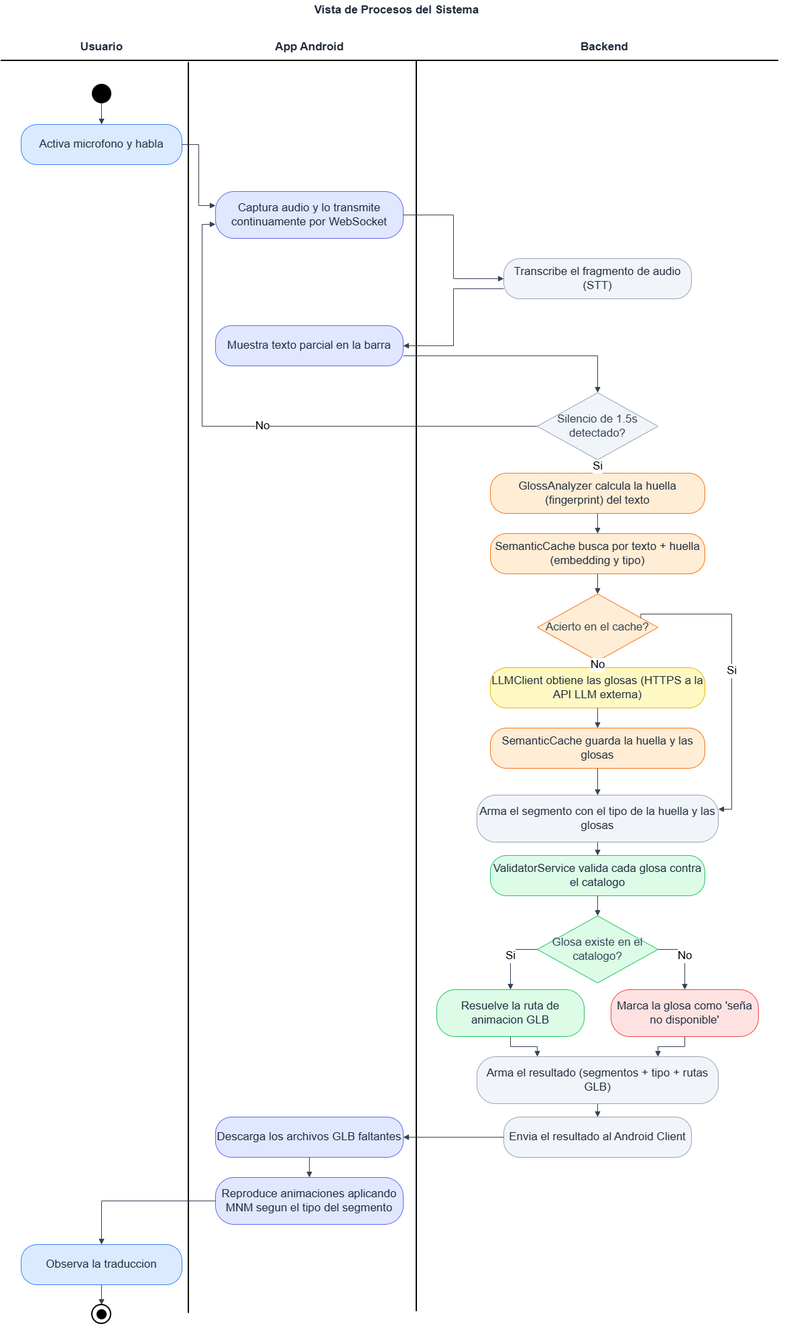
sign-ai-organization/signall-backend keeps this draw.io diagram as docs/diagrams/sdd-6.3-vista-procesos-actividades.drawio.png. Above is the earlier version. Source tidied: cells renumbered, new cells last; positions are measured from the earlier drawing's top-left corner, leaving out a move shared by most shapes.
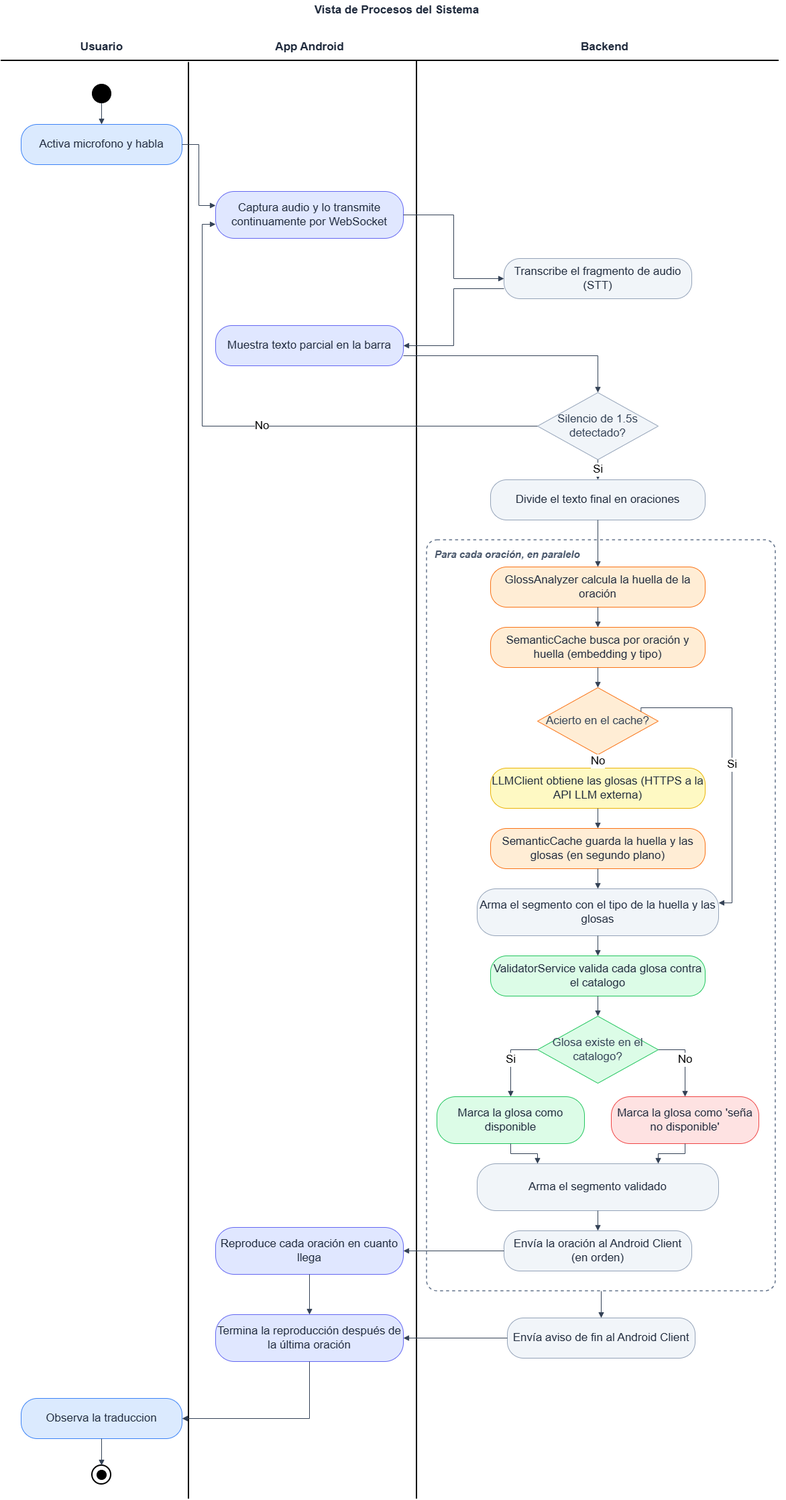
The same file after the commit.

The edit, as a diff of the source:
```diff
@@ -23,15 +23,18 @@
     <mxCell id="7" style="html=1;endArrow=none;startArrow=none;strokeColor=#000000;strokeWidth=2;fontSize=17;" parent="1" edge="1">
       <mxGeometry relative="1" as="geometry">
         <mxPoint x="280" y="92.5" as="sourcePoint" />
-        <mxPoint x="280" y="1957.5" as="targetPoint" />
+        <mxPoint x="280" y="2235" as="targetPoint" />
       </mxGeometry>
     </mxCell>
     <mxCell id="8" style="html=1;endArrow=none;startArrow=none;strokeColor=#000000;strokeWidth=2;fontSize=17;" parent="1" edge="1">
       <mxGeometry relative="1" as="geometry">
         <mxPoint x="620" y="90" as="sourcePoint" />
-        <mxPoint x="620" y="1955" as="targetPoint" />
+        <mxPoint x="620" y="2235" as="targetPoint" />
       </mxGeometry>
     </mxCell>
+    <mxCell id="56" value="Para cada oración, en paralelo" style="rounded=1;arcSize=3;absoluteArcSize=0;whiteSpace=wrap;html=1;fillColor=none;dashed=1;strokeColor=#64748b;strokeWidth=1.5;verticalAlign=top;align=left;spacingLeft=10;spacingTop=6;fontSize=15;fontStyle=3;fontColor=#475569;" parent="1" vertex="1">
+      <mxGeometry x="635" y="805" width="520" height="1120" as="geometry" />
+    </mxCell>
     <mxCell id="9" style="ellipse;whiteSpace=wrap;html=1;fillColor=#000000;strokeColor=#000000;fontSize=17;" parent="1" vertex="1">
       <mxGeometry x="136" y="125" width="28" height="28" as="geometry" />
     </mxCell>
@@ -39,13 +42,13 @@
       <mxGeometry x="30" y="185" width="240" height="60" as="geometry" />
     </mxCell>
     <mxCell id="11" value="Observa la traduccion" style="rounded=1;arcSize=40;whiteSpace=wrap;html=1;fillColor=#dbeafe;strokeColor=#3b82f6;fontSize=17;fontColor=#1e293b;" parent="1" vertex="1">
-      <mxGeometry x="30" y="1855" width="240" height="60" as="geometry" />
+      <mxGeometry x="30" y="2085" width="240" height="60" as="geometry" />
     </mxCell>
     <mxCell id="12" style="ellipse;whiteSpace=wrap;html=1;fillColor=none;strokeColor=#000000;strokeWidth=2;fontSize=17;" parent="1" vertex="1">
-      <mxGeometry x="136" y="1945" width="28" height="28" as="geometry" />
+      <mxGeometry x="136" y="2185" width="28" height="28" as="geometry" />
     </mxCell>
     <mxCell id="13" style="ellipse;whiteSpace=wrap;html=1;fillColor=#000000;strokeColor=#000000;fontSize=17;" parent="1" vertex="1">
-      <mxGeometry x="143" y="1952" width="14" height="14" as="geometry" />
+      <mxGeometry x="143" y="2192" width="14" height="14" as="geometry" />
     </mxCell>
     <mxCell id="14" value="&lt;font&gt;Captura audio y lo transmite continuamente por WebSocket&lt;/font&gt;" style="rounded=1;arcSize=40;whiteSpace=wrap;html=1;fillColor=#e0e7ff;strokeColor=#6366f1;fontSize=17;fontColor=#1e293b;" parent="1" vertex="1">
       <mxGeometry x="320" y="285" width="280" height="70" as="geometry" />
@@ -53,11 +56,8 @@
     <mxCell id="15" value="&lt;font&gt;Muestra texto parcial en la barra&lt;/font&gt;" style="rounded=1;arcSize=40;whiteSpace=wrap;html=1;fillColor=#e0e7ff;strokeColor=#6366f1;fontSize=17;fontColor=#1e293b;" parent="1" vertex="1">
       <mxGeometry x="320" y="485" width="280" height="60" as="geometry" />
     </mxCell>
-    <mxCell id="16" value="Descarga los archivos GLB faltantes" style="rounded=1;arcSize=40;whiteSpace=wrap;html=1;fillColor=#e0e7ff;strokeColor=#6366f1;fontSize=17;fontColor=#1e293b;" parent="1" vertex="1">
-      <mxGeometry x="320" y="1665" width="280" height="60" as="geometry" />
-    </mxCell>
-    <mxCell id="17" value="Reproduce animaciones aplicando MNM segun el tipo del segmento" style="rounded=1;arcSize=40;whiteSpace=wrap;html=1;fillColor=#e0e7ff;strokeColor=#6366f1;fontSize=17;fontColor=#1e293b;" parent="1" vertex="1">
-      <mxGeometry x="320" y="1755" width="280" height="70" as="geometry" />
+    <mxCell id="17" value="Reproduce cada oración en cuanto llega" style="rounded=1;arcSize=40;whiteSpace=wrap;html=1;fillColor=#e0e7ff;strokeColor=#6366f1;fontSize=17;fontColor=#1e293b;" parent="1" vertex="1">
+      <mxGeometry x="320" y="1830" width="280" height="70" as="geometry" />
     </mxCell>
     <mxCell id="18" value="Transcribe el fragmento de audio (STT)" style="rounded=1;arcSize=40;whiteSpace=wrap;html=1;fillColor=#f1f5f9;strokeColor=#94a3b8;fontSize=17;fontColor=#1e293b;" parent="1" vertex="1">
       <mxGeometry x="750" y="385" width="280" height="60" as="geometry" />
@@ -65,41 +65,41 @@
     <mxCell id="19" value="Silencio de 1.5s detectado?" style="rhombus;whiteSpace=wrap;html=1;fillColor=#f1f5f9;strokeColor=#94a3b8;fontSize=17;fontColor=#334155;" parent="1" vertex="1">
       <mxGeometry x="800" y="585" width="180" height="100" as="geometry" />
     </mxCell>
-    <mxCell id="20" value="GlossAnalyzer calcula la huella (fingerprint) del texto" style="rounded=1;arcSize=40;whiteSpace=wrap;html=1;fillColor=#ffedd5;strokeColor=#f97316;fontSize=17;fontColor=#1e293b;" parent="1" vertex="1">
-      <mxGeometry x="730" y="705" width="320" height="60" as="geometry" />
+    <mxCell id="20" value="GlossAnalyzer calcula la huella de la oración" style="rounded=1;arcSize=40;whiteSpace=wrap;html=1;fillColor=#ffedd5;strokeColor=#f97316;fontSize=17;fontColor=#1e293b;" parent="1" vertex="1">
+      <mxGeometry x="730" y="845" width="320" height="60" as="geometry" />
     </mxCell>
-    <mxCell id="21" value="SemanticCache busca por texto + huella (embedding y tipo)" style="rounded=1;arcSize=40;whiteSpace=wrap;html=1;fillColor=#ffedd5;strokeColor=#f97316;fontSize=17;fontColor=#1e293b;" parent="1" vertex="1">
-      <mxGeometry x="730" y="795" width="320" height="60" as="geometry" />
+    <mxCell id="21" value="SemanticCache busca por oración y huella (embedding y tipo)" style="rounded=1;arcSize=40;whiteSpace=wrap;html=1;fillColor=#ffedd5;strokeColor=#f97316;fontSize=17;fontColor=#1e293b;" parent="1" vertex="1">
+      <mxGeometry x="730" y="935" width="320" height="60" as="geometry" />
     </mxCell>
     <mxCell id="22" value="Acierto en el cache?" style="rhombus;whiteSpace=wrap;html=1;fillColor=#ffedd5;strokeColor=#f97316;fontSize=17;fontColor=#334155;" parent="1" vertex="1">
-      <mxGeometry x="800" y="885" width="180" height="100" as="geometry" />
+      <mxGeometry x="800" y="1025" width="180" height="100" as="geometry" />
     </mxCell>
     <mxCell id="23" value="LLMClient obtiene las glosas (HTTPS a la API LLM externa)" style="rounded=1;arcSize=40;whiteSpace=wrap;html=1;fillColor=#fef9c3;strokeColor=#eab308;fontSize=17;fontColor=#1e293b;" parent="1" vertex="1">
-      <mxGeometry x="730" y="995" width="320" height="60" as="geometry" />
+      <mxGeometry x="730" y="1145" width="320" height="60" as="geometry" />
     </mxCell>
-    <mxCell id="24" value="SemanticCache guarda la huella y las glosas" style="rounded=1;arcSize=40;whiteSpace=wrap;html=1;fillColor=#ffedd5;strokeColor=#f97316;fontSize=17;fontColor=#1e293b;" parent="1" vertex="1">
-      <mxGeometry x="730" y="1085" width="320" height="60" as="geometry" />
+    <mxCell id="24" value="SemanticCache guarda la huella y las glosas (en segundo plano)" style="rounded=1;arcSize=40;whiteSpace=wrap;html=1;fillColor=#ffedd5;strokeColor=#f97316;fontSize=17;fontColor=#1e293b;" parent="1" vertex="1">
+      <mxGeometry x="730" y="1235" width="320" height="60" as="geometry" />
     </mxCell>
     <mxCell id="25" value="Arma el segmento con el tipo de la huella y las glosas" style="rounded=1;arcSize=40;whiteSpace=wrap;html=1;fillColor=#f1f5f9;strokeColor=#94a3b8;fontSize=17;fontColor=#1e293b;" parent="1" vertex="1">
-      <mxGeometry x="710" y="1185" width="360" height="70" as="geometry" />
+      <mxGeometry x="710" y="1325" width="360" height="70" as="geometry" />
     </mxCell>
     <mxCell id="26" value="ValidatorService valida cada glosa contra el catalogo" style="rounded=1;arcSize=40;whiteSpace=wrap;html=1;fillColor=#dcfce7;strokeColor=#22c55e;fontSize=17;fontColor=#1e293b;" parent="1" vertex="1">
-      <mxGeometry x="730" y="1275" width="320" height="60" as="geometry" />
+      <mxGeometry x="730" y="1425" width="320" height="60" as="geometry" />
     </mxCell>
     <mxCell id="27" value="Glosa existe en el catalogo?" style="rhombus;whiteSpace=wrap;html=1;fillColor=#dcfce7;strokeColor=#22c55e;fontSize=17;fontColor=#334155;" parent="1" vertex="1">
-      <mxGeometry x="800" y="1365" width="180" height="100" as="geometry" />
+      <mxGeometry x="800" y="1515" width="180" height="100" as="geometry" />
     </mxCell>
-    <mxCell id="28" value="Resuelve la ruta de animacion GLB" style="rounded=1;arcSize=40;whiteSpace=wrap;html=1;fillColor=#dcfce7;strokeColor=#22c55e;fontSize=17;fontColor=#1e293b;" parent="1" vertex="1">
-      <mxGeometry x="650" y="1475" width="220" height="70" as="geometry" />
+    <mxCell id="28" value="Marca la glosa como disponible" style="rounded=1;arcSize=40;whiteSpace=wrap;html=1;fillColor=#dcfce7;strokeColor=#22c55e;fontSize=17;fontColor=#1e293b;" parent="1" vertex="1">
+      <mxGeometry x="650" y="1635" width="220" height="70" as="geometry" />
     </mxCell>
     <mxCell id="29" value="Marca la glosa como 'seña no disponible'" style="rounded=1;arcSize=40;whiteSpace=wrap;html=1;fillColor=#fee2e2;strokeColor=#ef4444;fontSize=17;fontColor=#1e293b;" parent="1" vertex="1">
-      <mxGeometry x="910" y="1475" width="220" height="70" as="geometry" />
+      <mxGeometry x="910" y="1635" width="220" height="70" as="geometry" />
     </mxCell>
-    <mxCell id="30" value="Arma el resultado (segmentos + tipo + rutas GLB)" style="rounded=1;arcSize=40;whiteSpace=wrap;html=1;fillColor=#f1f5f9;strokeColor=#94a3b8;fontSize=17;fontColor=#1e293b;" parent="1" vertex="1">
-      <mxGeometry x="710" y="1575" width="360" height="70" as="geometry" />
+    <mxCell id="30" value="Arma el segmento validado" style="rounded=1;arcSize=40;whiteSpace=wrap;html=1;fillColor=#f1f5f9;strokeColor=#94a3b8;fontSize=17;fontColor=#1e293b;" parent="1" vertex="1">
+      <mxGeometry x="710" y="1735" width="360" height="70" as="geometry" />
     </mxCell>
-    <mxCell id="31" value="Envia el resultado al Android Client" style="rounded=1;arcSize=40;whiteSpace=wrap;html=1;fillColor=#f1f5f9;strokeColor=#94a3b8;fontSize=17;fontColor=#1e293b;" parent="1" vertex="1">
-      <mxGeometry x="750" y="1665" width="280" height="60" as="geometry" />
+    <mxCell id="31" value="Envía la oración al Android Client (en orden)" style="rounded=1;arcSize=40;whiteSpace=wrap;html=1;fillColor=#f1f5f9;strokeColor=#94a3b8;fontSize=17;fontColor=#1e293b;" parent="1" vertex="1">
+      <mxGeometry x="750" y="1835" width="280" height="60" as="geometry" />
     </mxCell>
     <mxCell id="32" style="edgeStyle=orthogonalEdgeStyle;rounded=0;html=1;endArrow=block;endFill=1;strokeColor=#334155;exitX=0.5;exitY=1;exitDx=0;exitDy=0;entryX=0.5;entryY=0;entryDx=0;entryDy=0;fontSize=17;" parent="1" edge="1" source="9" target="10">
       <mxGeometry relative="1" as="geometry" />
@@ -124,9 +124,6 @@
         </Array>
       </mxGeometry>
     </mxCell>
-    <mxCell id="38" value="Si" style="edgeStyle=orthogonalEdgeStyle;rounded=0;html=1;endArrow=block;endFill=1;strokeColor=#334155;fontSize=17;labelBackgroundColor=#ffffff;exitX=0.5;exitY=1;exitDx=0;exitDy=0;entryX=0.5;entryY=0;entryDx=0;entryDy=0;" parent="1" edge="1" source="19" target="20">
-      <mxGeometry relative="1" as="geometry" />
-    </mxCell>
     <mxCell id="39" style="edgeStyle=orthogonalEdgeStyle;rounded=0;html=1;endArrow=block;endFill=1;strokeColor=#334155;exitX=0.5;exitY=1;exitDx=0;exitDy=0;entryX=0.5;entryY=0;entryDx=0;entryDy=0;fontSize=17;" parent="1" edge="1" source="20" target="21">
       <mxGeometry relative="1" as="geometry" />
     </mxCell>
@@ -145,8 +142,8 @@
     <mxCell id="44" value="Si" style="edgeStyle=orthogonalEdgeStyle;rounded=0;html=1;endArrow=block;endFill=1;strokeColor=#334155;fontSize=17;labelBackgroundColor=#ffffff;exitX=1;exitY=0.3;exitDx=0;exitDy=0;entryX=1;entryY=0.3;entryDx=0;entryDy=0;" parent="1" edge="1" source="22" target="25">
       <mxGeometry relative="1" as="geometry">
         <Array as="points">
-          <mxPoint x="1090" y="915" />
-          <mxPoint x="1090" y="1206" />
+          <mxPoint x="1090" y="1055" />
+          <mxPoint x="1090" y="1346" />
         </Array>
       </mxGeometry>
     </mxCell>
@@ -171,17 +168,42 @@
     <mxCell id="51" style="edgeStyle=orthogonalEdgeStyle;rounded=0;html=1;endArrow=block;endFill=1;strokeColor=#334155;exitX=0.5;exitY=1;exitDx=0;exitDy=0;entryX=0.5;entryY=0;entryDx=0;entryDy=0;fontSize=17;" parent="1" edge="1" source="30" target="31">
       <mxGeometry relative="1" as="geometry" />
     </mxCell>
-    <mxCell id="52" style="edgeStyle=orthogonalEdgeStyle;rounded=0;html=1;endArrow=block;endFill=1;strokeColor=#334155;exitX=0;exitY=0.5;exitDx=0;exitDy=0;entryX=1;entryY=0.5;entryDx=0;entryDy=0;fontSize=17;" parent="1" edge="1" source="31" target="16">
-      <mxGeometry relative="1" as="geometry" />
-    </mxCell>
-    <mxCell id="53" style="edgeStyle=orthogonalEdgeStyle;rounded=0;html=1;endArrow=block;endFill=1;strokeColor=#334155;exitX=0.5;exitY=1;exitDx=0;exitDy=0;entryX=0.5;entryY=0;entryDx=0;entryDy=0;fontSize=17;" parent="1" edge="1" source="16" target="17">
-      <mxGeometry relative="1" as="geometry" />
-    </mxCell>
-    <mxCell id="54" style="edgeStyle=orthogonalEdgeStyle;rounded=0;html=1;endArrow=block;endFill=1;strokeColor=#334155;exitX=0;exitY=0.5;exitDx=0;exitDy=0;entryX=0.5;entryY=0;entryDx=0;entryDy=0;fontSize=17;" parent="1" edge="1" source="17" target="11">
-      <mxGeometry relative="1" as="geometry" />
-    </mxCell>
     <mxCell id="55" style="edgeStyle=orthogonalEdgeStyle;rounded=0;html=1;endArrow=block;endFill=1;strokeColor=#334155;exitX=0.5;exitY=1;exitDx=0;exitDy=0;entryX=0.5;entryY=0;entryDx=0;entryDy=0;fontSize=17;" parent="1" edge="1" source="11" target="12">
       <mxGeometry relative="1" as="geometry" />
     </mxCell>
+    <mxCell id="57" value="Divide el texto final en oraciones" style="rounded=1;arcSize=40;whiteSpace=wrap;html=1;fillColor=#f1f5f9;strokeColor=#94a3b8;fontSize=17;fontColor=#1e293b;" parent="1" vertex="1">
+      <mxGeometry x="730" y="715" width="320" height="60" as="geometry" />
+    </mxCell>
+    <mxCell id="58" value="Envía aviso de fin al Android Client" style="rounded=1;arcSize=40;whiteSpace=wrap;html=1;fillColor=#f1f5f9;strokeColor=#94a3b8;fontSize=17;fontColor=#1e293b;" parent="1" vertex="1">
+      <mxGeometry x="755" y="1965" width="280" height="60" as="geometry" />
+    </mxCell>
+    <mxCell id="59" value="Termina la reproducción después de la última oración" style="rounded=1;arcSize=40;whiteSpace=wrap;html=1;fillColor=#e0e7ff;strokeColor=#6366f1;fontSize=17;fontColor=#1e293b;" parent="1" vertex="1">
+      <mxGeometry x="320" y="1960" width="280" height="70" as="geometry" />
+    </mxCell>
+    <mxCell id="38" value="Si" style="edgeStyle=orthogonalEdgeStyle;rounded=0;html=1;endArrow=block;endFill=1;strokeColor=#334155;fontSize=17;labelBackgroundColor=#ffffff;exitX=0.5;exitY=1;exitDx=0;exitDy=0;entryX=0.5;entryY=0;entryDx=0;entryDy=0;" parent="1" edge="1" source="19" target="57">
+      <mxGeometry relative="1" as="geometry" />
+    </mxCell>
+    <mxCell id="60" style="edgeStyle=orthogonalEdgeStyle;rounded=0;html=1;endArrow=block;endFill=1;strokeColor=#334155;fontSize=17;labelBackgroundColor=#ffffff;exitX=0.5;exitY=1;exitDx=0;exitDy=0;entryX=0.5;entryY=0;entryDx=0;entryDy=0;" parent="1" edge="1" source="57" target="20">
+      <mxGeometry relative="1" as="geometry" />
+    </mxCell>
+    <mxCell id="61" style="edgeStyle=orthogonalEdgeStyle;rounded=0;html=1;endArrow=block;endFill=1;strokeColor=#334155;fontSize=17;labelBackgroundColor=#ffffff;exitX=0;exitY=0.5;exitDx=0;exitDy=0;entryX=1;entryY=0.5;entryDx=0;entryDy=0;" parent="1" edge="1" source="31" target="17">
+      <mxGeometry relative="1" as="geometry" />
+    </mxCell>
+    <mxCell id="62" style="edgeStyle=orthogonalEdgeStyle;rounded=0;html=1;endArrow=block;endFill=1;strokeColor=#334155;fontSize=17;labelBackgroundColor=#ffffff;exitX=0.5;exitY=1;exitDx=0;exitDy=0;entryX=0.5;entryY=0;entryDx=0;entryDy=0;" parent="1" edge="1" source="56" target="58">
+      <mxGeometry relative="1" as="geometry" />
+    </mxCell>
+    <mxCell id="63" style="edgeStyle=orthogonalEdgeStyle;rounded=0;html=1;endArrow=block;endFill=1;strokeColor=#334155;fontSize=17;labelBackgroundColor=#ffffff;exitX=0.5;exitY=1;exitDx=0;exitDy=0;entryX=0.5;entryY=0;entryDx=0;entryDy=0;" parent="1" edge="1" source="17" target="59">
+      <mxGeometry relative="1" as="geometry" />
+    </mxCell>
+    <mxCell id="64" style="edgeStyle=orthogonalEdgeStyle;rounded=0;html=1;endArrow=block;endFill=1;strokeColor=#334155;fontSize=17;labelBackgroundColor=#ffffff;exitX=0;exitY=0.5;exitDx=0;exitDy=0;entryX=1;entryY=0.5;entryDx=0;entryDy=0;" parent="1" edge="1" source="58" target="59">
+      <mxGeometry relative="1" as="geometry" />
+    </mxCell>
+    <mxCell id="65" style="edgeStyle=orthogonalEdgeStyle;rounded=0;html=1;endArrow=block;endFill=1;strokeColor=#334155;fontSize=17;labelBackgroundColor=#ffffff;exitX=0.5;exitY=1;exitDx=0;exitDy=0;entryX=1;entryY=0.5;entryDx=0;entryDy=0;" parent="1" edge="1" source="59" target="11">
+      <mxGeometry relative="1" as="geometry">
+        <Array as="points">
+          <mxPoint x="460" y="2115" />
+        </Array>
+      </mxGeometry>
+    </mxCell>
   </root>
 </mxGraphModel>
```
